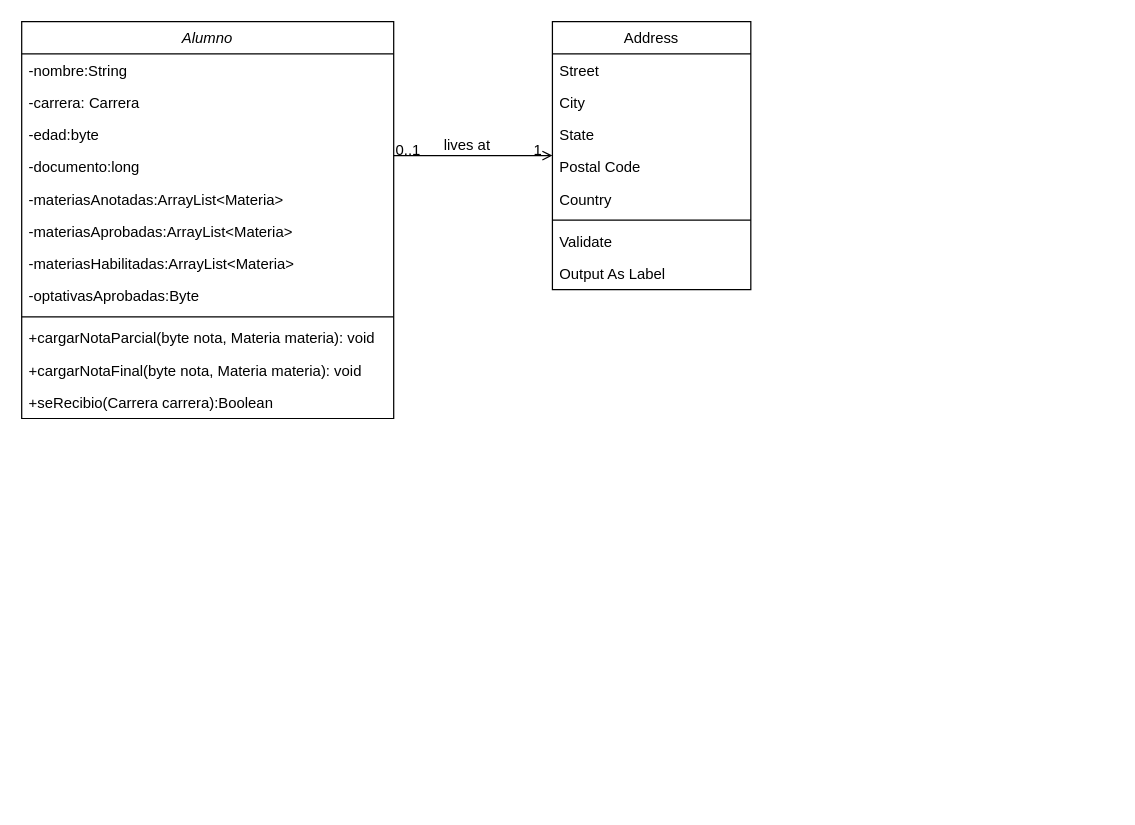
Before: IntegradorPoo.drawio in lucasvela1/Proyectos-practicas, a draw.io diagram. Source tidied: cells renumbered, new cells numbered last; positions are measured from the earlier drawing's top-left corner, leaving out a move shared by most shapes. Both pictures are drawn from the tidied source at 124%, with x=0, y=0 at pixel (21, 21).
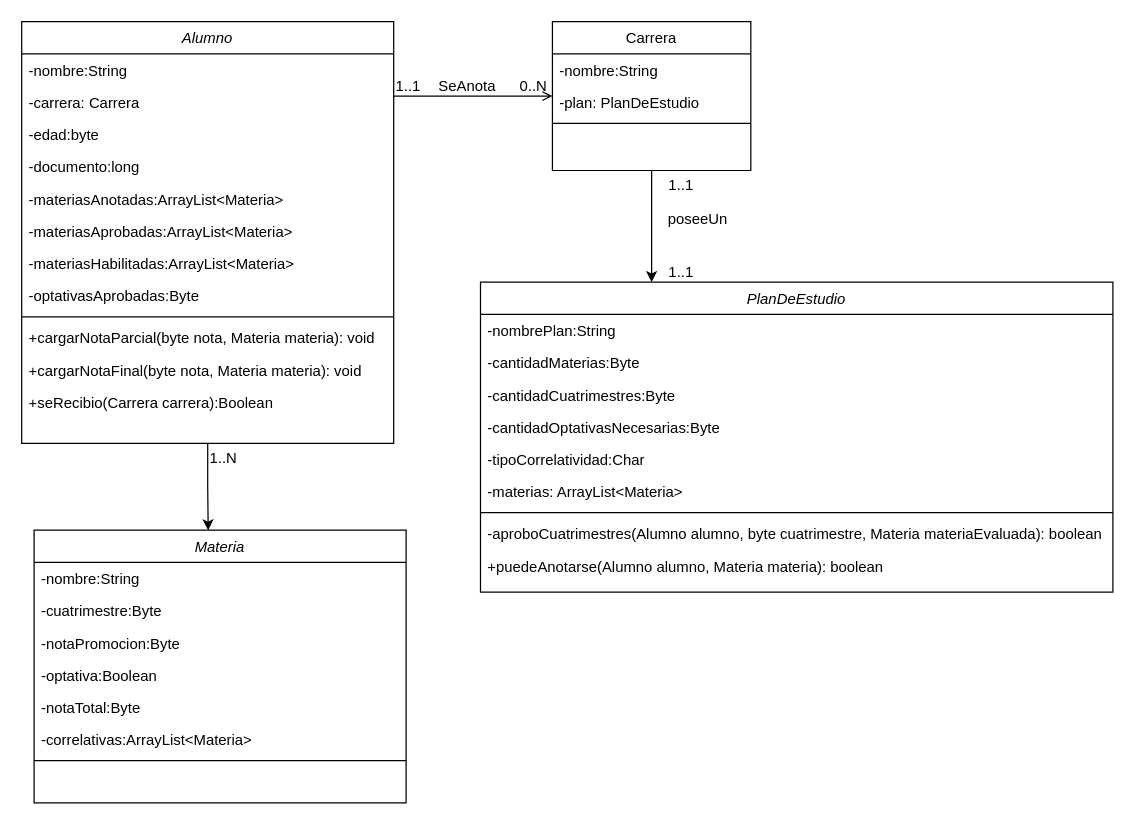
The same page after the edit.

Unchanged cells that the change refers to:
```xml
<mxCell id="24" style="endArrow=open;shadow=0;strokeWidth=1;rounded=0;curved=0;endFill=1;edgeStyle=elbowEdgeStyle;elbow=vertical;" parent="1" edge="1" source="2" target="15">
  <mxGeometry x="0.5" y="41" relative="1" as="geometry">
    <mxPoint x="-40" y="32" as="offset" />
  </mxGeometry>
</mxCell>
```

The edit, as a diff of the source:
```diff
@@
     <mxCell id="2" value="Alumno" style="swimlane;fontStyle=2;align=center;verticalAlign=top;horizontal=1;startSize=26;rounded=0;shadow=0;strokeWidth=1;" parent="1" vertex="1">
-      <mxGeometry width="300" height="320" as="geometry" />
+      <mxGeometry width="300" height="340" as="geometry" />
     </mxCell>
@@
-    <mxCell id="15" value="Address" style="swimlane;fontStyle=0;align=center;verticalAlign=top;horizontal=1;startSize=26;rounded=0;shadow=0;strokeWidth=1;" parent="1" vertex="1">
-      <mxGeometry x="428" width="160" height="216" as="geometry" />
+    <mxCell id="15" value="Carrera" style="swimlane;fontStyle=0;align=center;verticalAlign=top;horizontal=1;startSize=26;rounded=0;shadow=0;strokeWidth=1;" parent="1" vertex="1">
+      <mxGeometry x="428" width="160" height="120" as="geometry" />
     </mxCell>
-    <mxCell id="16" value="Street" style="text;align=left;verticalAlign=top;spacingLeft=4;spacingRight=4;overflow=hidden;" parent="15" vertex="1">
+    <mxCell id="16" value="-nombre:String" style="text;align=left;verticalAlign=top;spacingLeft=4;spacingRight=4;overflow=hidden;" parent="15" vertex="1">
       <mxGeometry y="26" width="160" height="26" as="geometry" />
     </mxCell>
-    <mxCell id="17" value="City" style="text;align=left;verticalAlign=top;spacingLeft=4;spacingRight=4;overflow=hidden;rounded=0;shadow=0;html=0;" parent="15" vertex="1">
+    <mxCell id="17" value="-plan: PlanDeEstudio" style="text;align=left;verticalAlign=top;spacingLeft=4;spacingRight=4;overflow=hidden;rounded=0;shadow=0;html=0;" parent="15" vertex="1">
       <mxGeometry y="52" width="160" height="26" as="geometry" />
     </mxCell>
-    <mxCell id="18" value="State" style="text;align=left;verticalAlign=top;spacingLeft=4;spacingRight=4;overflow=hidden;rounded=0;shadow=0;html=0;" parent="15" vertex="1">
-      <mxGeometry y="78" width="160" height="26" as="geometry" />
-    </mxCell>
-    <mxCell id="19" value="Postal Code" style="text;align=left;verticalAlign=top;spacingLeft=4;spacingRight=4;overflow=hidden;rounded=0;shadow=0;html=0;" parent="15" vertex="1">
-      <mxGeometry y="104" width="160" height="26" as="geometry" />
-    </mxCell>
-    <mxCell id="20" value="Country" style="text;align=left;verticalAlign=top;spacingLeft=4;spacingRight=4;overflow=hidden;rounded=0;shadow=0;html=0;" parent="15" vertex="1">
-      <mxGeometry y="130" width="160" height="26" as="geometry" />
-    </mxCell>
     <mxCell id="21" style="line;html=1;strokeWidth=1;align=left;verticalAlign=middle;spacingTop=-1;spacingLeft=3;spacingRight=3;labelPosition=right;" parent="15" vertex="1">
-      <mxGeometry y="156" width="160" height="8" as="geometry" />
+      <mxGeometry y="78" width="160" height="8" as="geometry" />
     </mxCell>
-    <mxCell id="22" value="Validate" style="text;align=left;verticalAlign=top;spacingLeft=4;spacingRight=4;overflow=hidden;" parent="15" vertex="1">
-      <mxGeometry y="164" width="160" height="26" as="geometry" />
-    </mxCell>
-    <mxCell id="23" value="Output As Label" style="text;align=left;verticalAlign=top;spacingLeft=4;spacingRight=4;overflow=hidden;" parent="15" vertex="1">
-      <mxGeometry y="190" width="160" height="26" as="geometry" />
-    </mxCell>
@@
-    <mxCell id="25" value="0..1" style="align=left;verticalAlign=bottom;labelBackgroundColor=none;fontSize=12;" parent="24" vertex="1">
-      <mxGeometry x="-1" relative="1" as="geometry">
-        <mxPoint y="4" as="offset" />
-      </mxGeometry>
+    <mxCell id="25" value="1..1" style="align=left;verticalAlign=bottom;labelBackgroundColor=none;fontSize=12;" parent="24" vertex="1">
+      <mxGeometry x="-1" relative="1" as="geometry" />
     </mxCell>
-    <mxCell id="26" value="1" style="align=right;verticalAlign=bottom;labelBackgroundColor=none;fontSize=12;" parent="24" vertex="1">
-      <mxGeometry x="1" relative="1" as="geometry">
-        <mxPoint x="-7" y="4" as="offset" />
-      </mxGeometry>
-    </mxCell>
-    <mxCell id="27" value="lives at" style="text;html=1;align=center;verticalAlign=middle;labelBackgroundColor=none;rounded=0;shadow=0;strokeWidth=1;fontSize=12;" parent="24" vertex="1">
+    <mxCell id="27" value="SeAnota" style="text;html=1;align=center;verticalAlign=middle;labelBackgroundColor=none;rounded=0;shadow=0;strokeWidth=1;fontSize=12;" parent="24" vertex="1">
       <mxGeometry x="0.5" y="49" relative="1" as="geometry">
         <mxPoint x="-38" y="40" as="offset" />
       </mxGeometry>
     </mxCell>
+    <mxCell id="28" value="0..N" style="align=left;verticalAlign=bottom;labelBackgroundColor=none;fontSize=12;" parent="1" vertex="1">
+      <mxGeometry x="400" y="60" as="geometry" />
+    </mxCell>
+    <mxCell id="29" value="PlanDeEstudio" style="swimlane;fontStyle=2;align=center;verticalAlign=top;horizontal=1;startSize=26;rounded=0;shadow=0;strokeWidth=1;" parent="1" vertex="1">
+      <mxGeometry x="370" y="210" width="510" height="250" as="geometry" />
+    </mxCell>
+    <mxCell id="30" value="-nombrePlan:String" style="text;align=left;verticalAlign=top;spacingLeft=4;spacingRight=4;overflow=hidden;" parent="29" vertex="1">
+      <mxGeometry y="26" width="510" height="26" as="geometry" />
+    </mxCell>
+    <mxCell id="31" value="-cantidadMaterias:Byte" style="text;align=left;verticalAlign=top;spacingLeft=4;spacingRight=4;overflow=hidden;rounded=0;shadow=0;html=0;" parent="29" vertex="1">
+      <mxGeometry y="52" width="510" height="26" as="geometry" />
+    </mxCell>
+    <mxCell id="32" value="-cantidadCuatrimestres:Byte" style="text;align=left;verticalAlign=top;spacingLeft=4;spacingRight=4;overflow=hidden;rounded=0;shadow=0;html=0;" parent="29" vertex="1">
+      <mxGeometry y="78" width="510" height="26" as="geometry" />
+    </mxCell>
+    <mxCell id="33" value="-cantidadOptativasNecesarias:Byte" style="text;align=left;verticalAlign=top;spacingLeft=4;spacingRight=4;overflow=hidden;rounded=0;shadow=0;html=0;" parent="29" vertex="1">
+      <mxGeometry y="104" width="510" height="26" as="geometry" />
+    </mxCell>
+    <mxCell id="34" value="-tipoCorrelatividad:Char" style="text;align=left;verticalAlign=top;spacingLeft=4;spacingRight=4;overflow=hidden;rounded=0;shadow=0;html=0;" parent="29" vertex="1">
+      <mxGeometry y="130" width="510" height="26" as="geometry" />
+    </mxCell>
+    <mxCell id="35" value="-materias: ArrayList&lt;Materia&gt;" style="text;align=left;verticalAlign=top;spacingLeft=4;spacingRight=4;overflow=hidden;rounded=0;shadow=0;html=0;" parent="29" vertex="1">
+      <mxGeometry y="156" width="510" height="26" as="geometry" />
+    </mxCell>
+    <mxCell id="36" style="line;html=1;strokeWidth=1;align=left;verticalAlign=middle;spacingTop=-1;spacingLeft=3;spacingRight=3;labelPosition=right;" parent="29" vertex="1">
+      <mxGeometry y="182" width="510" height="8" as="geometry" />
+    </mxCell>
+    <mxCell id="37" value="-aproboCuatrimestres(Alumno alumno, byte cuatrimestre, Materia materiaEvaluada): boolean" style="text;align=left;verticalAlign=top;spacingLeft=4;spacingRight=4;overflow=hidden;" parent="29" vertex="1">
+      <mxGeometry y="190" width="510" height="26" as="geometry" />
+    </mxCell>
+    <mxCell id="38" value="+puedeAnotarse(Alumno alumno, Materia materia): boolean" style="text;align=left;verticalAlign=top;spacingLeft=4;spacingRight=4;overflow=hidden;" parent="29" vertex="1">
+      <mxGeometry y="216" width="510" height="26" as="geometry" />
+    </mxCell>
+    <mxCell id="39" style="edgeStyle=orthogonalEdgeStyle;rounded=0;jettySize=auto;html=1;exitX=0.5;exitY=1;exitDx=0;exitDy=0;" parent="1" edge="1" source="15">
+      <mxGeometry relative="1" as="geometry">
+        <mxPoint x="508" y="210" as="targetPoint" />
+      </mxGeometry>
+    </mxCell>
+    <mxCell id="40" value="Materia" style="swimlane;fontStyle=2;align=center;verticalAlign=top;horizontal=1;startSize=26;rounded=0;shadow=0;strokeWidth=1;" parent="1" vertex="1">
+      <mxGeometry x="10" y="410" width="300" height="220" as="geometry" />
+    </mxCell>
+    <mxCell id="41" value="-nombre:String" style="text;align=left;verticalAlign=top;spacingLeft=4;spacingRight=4;overflow=hidden;" parent="40" vertex="1">
+      <mxGeometry y="26" width="300" height="26" as="geometry" />
+    </mxCell>
+    <mxCell id="42" value="-cuatrimestre:Byte" style="text;align=left;verticalAlign=top;spacingLeft=4;spacingRight=4;overflow=hidden;rounded=0;shadow=0;html=0;" parent="40" vertex="1">
+      <mxGeometry y="52" width="300" height="26" as="geometry" />
+    </mxCell>
+    <mxCell id="43" value="-notaPromocion:Byte" style="text;align=left;verticalAlign=top;spacingLeft=4;spacingRight=4;overflow=hidden;rounded=0;shadow=0;html=0;" parent="40" vertex="1">
+      <mxGeometry y="78" width="300" height="26" as="geometry" />
+    </mxCell>
+    <mxCell id="44" value="-optativa:Boolean" style="text;align=left;verticalAlign=top;spacingLeft=4;spacingRight=4;overflow=hidden;rounded=0;shadow=0;html=0;" parent="40" vertex="1">
+      <mxGeometry y="104" width="300" height="26" as="geometry" />
+    </mxCell>
+    <mxCell id="45" value="-notaTotal:Byte" style="text;align=left;verticalAlign=top;spacingLeft=4;spacingRight=4;overflow=hidden;rounded=0;shadow=0;html=0;" parent="40" vertex="1">
+      <mxGeometry y="130" width="300" height="26" as="geometry" />
+    </mxCell>
+    <mxCell id="46" value="-correlativas:ArrayList&lt;Materia&gt;" style="text;align=left;verticalAlign=top;spacingLeft=4;spacingRight=4;overflow=hidden;rounded=0;shadow=0;html=0;" parent="40" vertex="1">
+      <mxGeometry y="156" width="300" height="26" as="geometry" />
+    </mxCell>
+    <mxCell id="47" style="line;html=1;strokeWidth=1;align=left;verticalAlign=middle;spacingTop=-1;spacingLeft=3;spacingRight=3;labelPosition=right;" parent="40" vertex="1">
+      <mxGeometry y="182" width="300" height="8" as="geometry" />
+    </mxCell>
+    <mxCell id="48" value="1..1" style="align=left;verticalAlign=bottom;labelBackgroundColor=none;fontSize=12;" parent="1" vertex="1">
+      <mxGeometry x="520" y="140" as="geometry" />
+    </mxCell>
+    <mxCell id="49" value="1..1" style="align=left;verticalAlign=bottom;labelBackgroundColor=none;fontSize=12;" parent="1" vertex="1">
+      <mxGeometry x="520" y="210" as="geometry" />
+    </mxCell>
+    <mxCell id="50" value="poseeUn" style="text;html=1;align=center;verticalAlign=middle;strokeColor=none;fillColor=none;" parent="1" vertex="1">
+      <mxGeometry x="510" y="145" width="70" height="30" as="geometry" />
+    </mxCell>
+    <mxCell id="51" style="edgeStyle=orthogonalEdgeStyle;rounded=0;jettySize=auto;html=1;exitX=0.5;exitY=1;exitDx=0;exitDy=0;entryX=0.468;entryY=0.001;entryDx=0;entryDy=0;entryPerimeter=0;" parent="1" edge="1" source="2" target="40">
+      <mxGeometry relative="1" as="geometry" />
+    </mxCell>
+    <mxCell id="52" value="1..N" style="align=left;verticalAlign=bottom;labelBackgroundColor=none;fontSize=12;direction=west;" parent="1" vertex="1">
+      <mxGeometry x="150" y="360" as="geometry" />
+    </mxCell>
```
